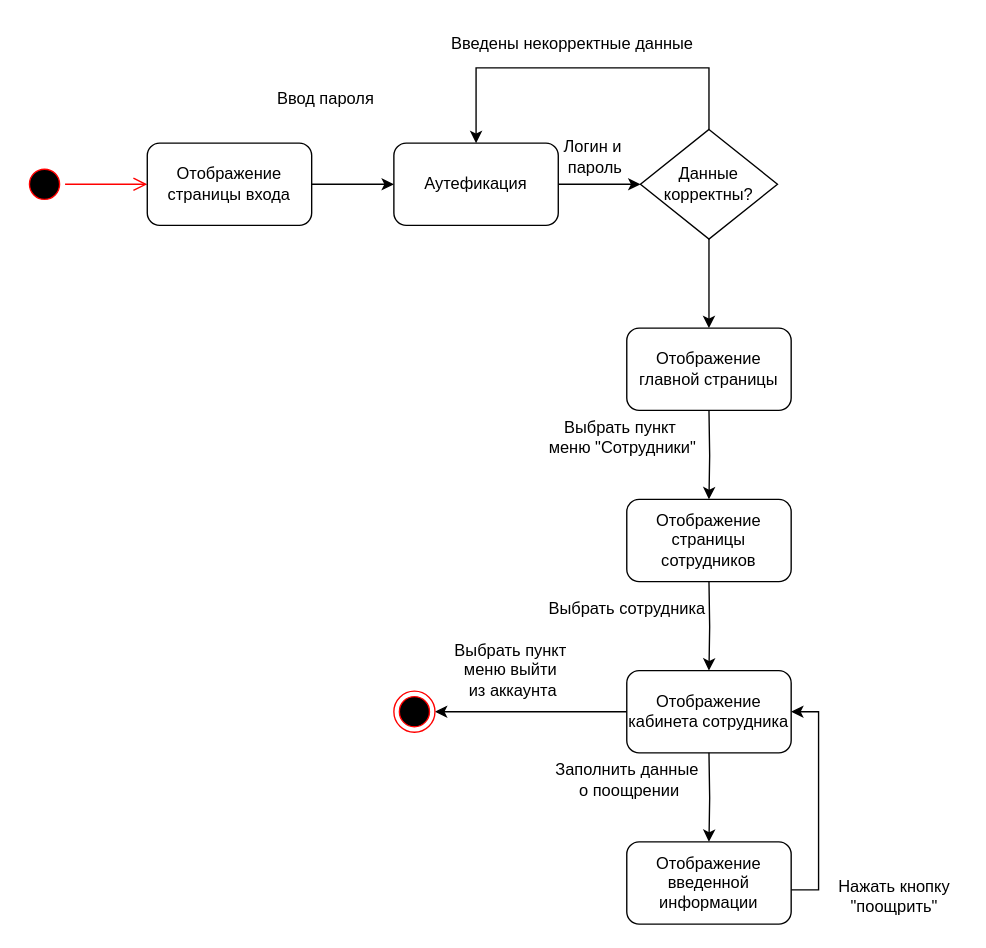
This is Documentation/Состояния(1).drawio from sokol-forbes/diplom_Prog, a draw.io file, before an edit. Source tidied: cells renumbered, new cells numbered last; positions are measured from the earlier drawing's top-left corner, leaving out a move shared by most shapes. Both pictures are drawn from the tidied source at 137%, with x=0, y=0 at pixel (23, 23).
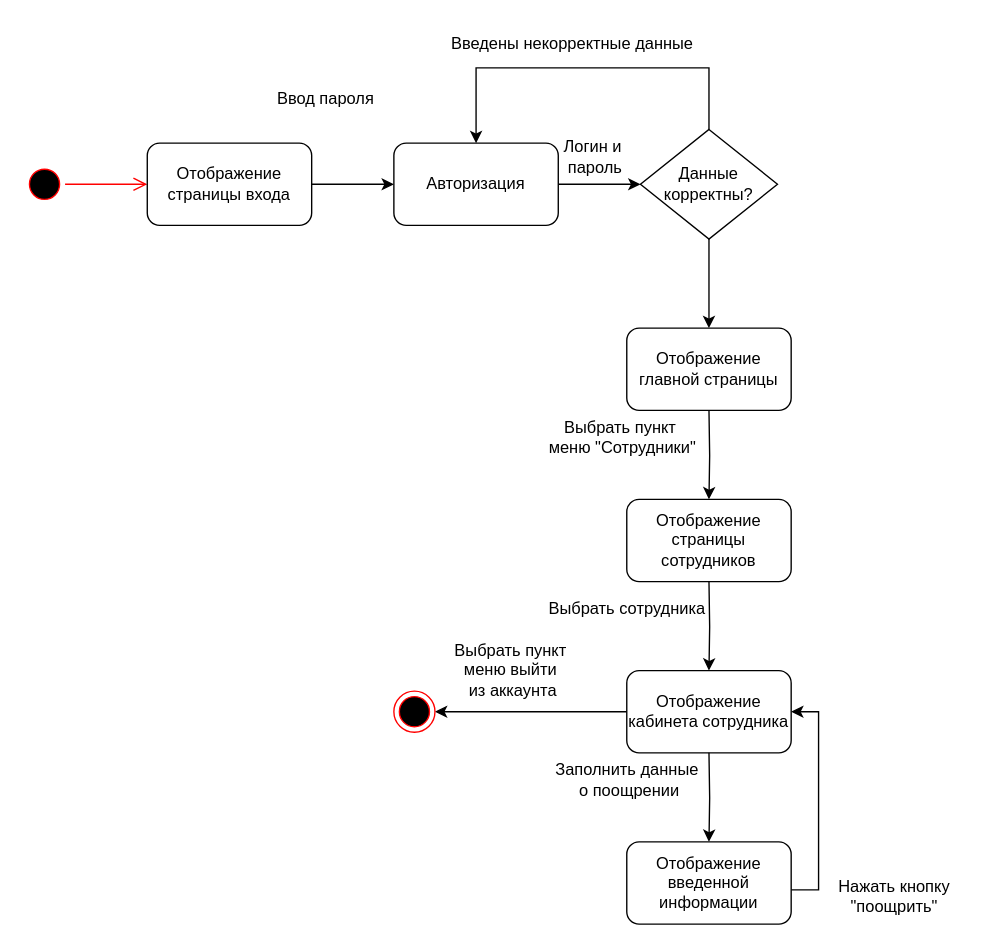
Above is the later version.

The edit, as a diff of the source:
```diff
@@
-    <mxCell id="7" value="Аутефикация" style="rounded=1;whiteSpace=wrap;html=1;" parent="1" vertex="1">
+    <mxCell id="7" value="Авторизация" style="rounded=1;whiteSpace=wrap;html=1;" parent="1" vertex="1">
       <mxGeometry x="270" y="87" width="120" height="60" as="geometry" />
     </mxCell>
```
